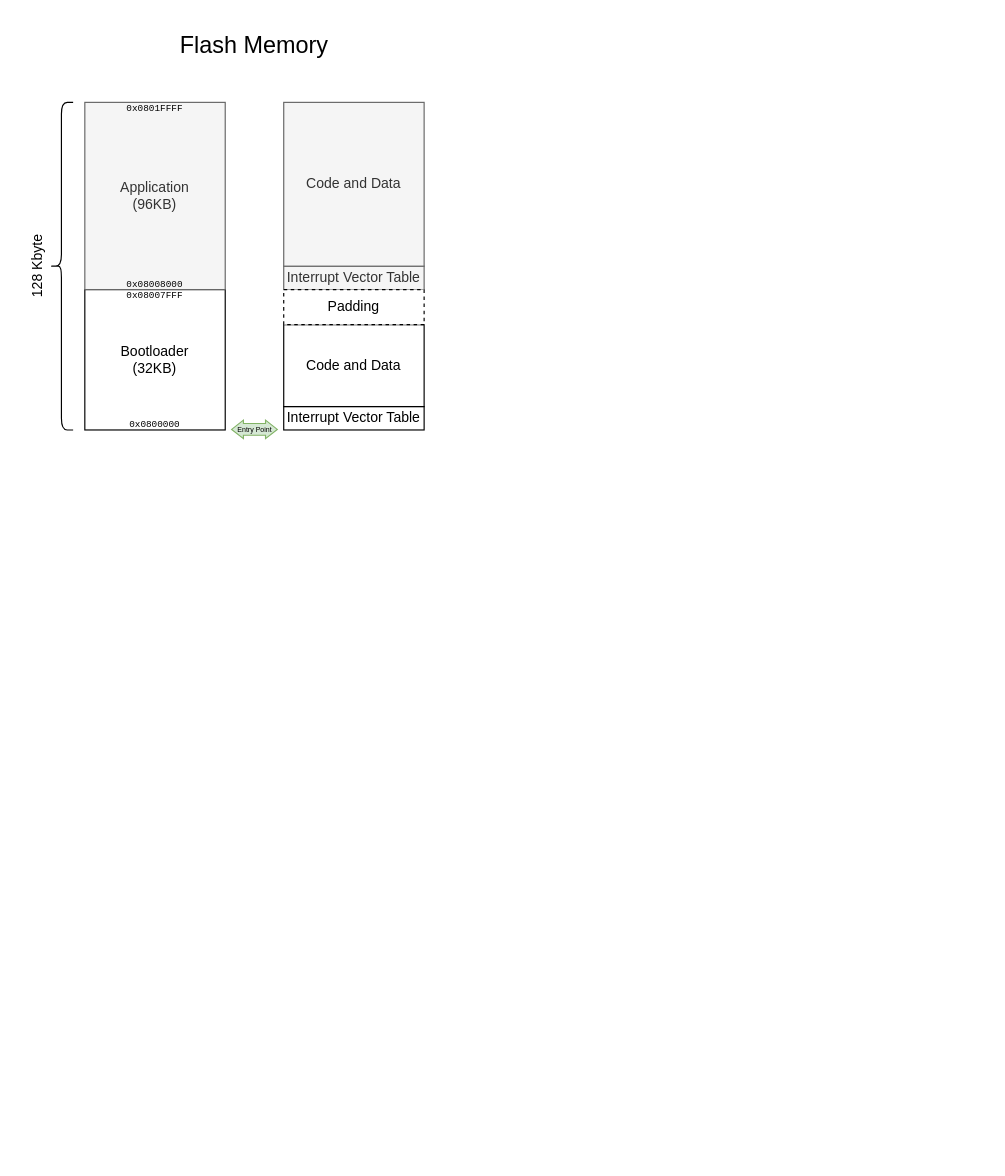
Earlier version of the draw.io diagram bootloader/bootloader mechanics.drawio (pipipipi2002/pmb_stm32). Source tidied: cells renumbered, new cells numbered last; positions are measured from the earlier drawing's top-left corner, leaving out a move shared by most shapes. Both pictures are drawn from the tidied source at 117%, with x=0, y=0 at pixel (2, 20). Pictures stored in the file or linked from it are replaced by grey dashed boxes.
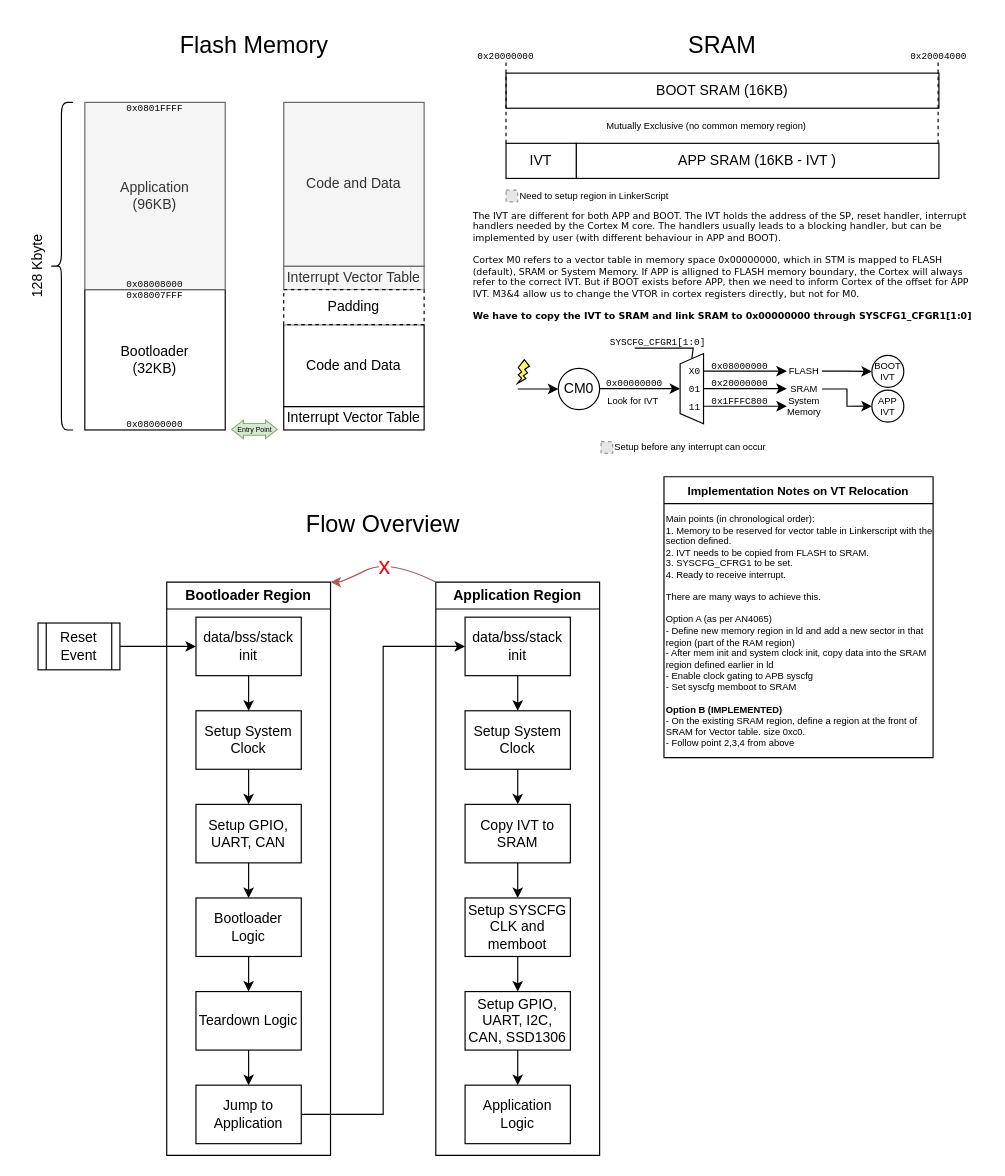
After the change.

Commit message (it also covers changes not shown here):
fixed jump to main app

What changed in the source:
```diff
@@
-    <mxCell id="5" value="0x0800000" style="text;html=1;strokeColor=none;fillColor=none;align=center;verticalAlign=middle;whiteSpace=wrap;rounded=0;fontFamily=Courier New;fontSize=8;" parent="1" vertex="1">
+    <mxCell id="5" value="0x08000000" style="text;html=1;strokeColor=none;fillColor=none;align=center;verticalAlign=middle;whiteSpace=wrap;rounded=0;fontFamily=Courier New;fontSize=8;" parent="1" vertex="1">
       <mxGeometry x="100" y="330" width="60" height="30" as="geometry" />
     </mxCell>
@@
+    <mxCell id="18" value="&lt;font style=&quot;font-size: 8px;&quot;&gt;&lt;font style=&quot;font-size: 8px;&quot;&gt;The IVT are different for both APP and BOOT. The IVT holds the address of the SP, reset handler, interrupt handlers needed by the Cortex M core. The handlers usually leads to a blocking handler, but can be implemented by user (with different behaviour in APP and BOOT).&amp;nbsp;&lt;/font&gt;&lt;br style=&quot;font-size: 8px;&quot;&gt;&lt;br style=&quot;font-size: 8px;&quot;&gt;Cortex M0 refers to a vector table in memory space 0x00000000, which in STM is mapped to FLASH (default), SRAM or System Memory. If APP is alligned to FLASH memory boundary, the Cortex will always refer to the correct IVT. But if BOOT exists before APP, then we need to inform Cortex of the offset for APP IVT. M3&amp;amp;4 allow us to change the VTOR in cortex registers directly, but not for M0.&lt;br style=&quot;font-size: 8px;&quot;&gt;&lt;br style=&quot;font-size: 8px;&quot;&gt;&lt;b style=&quot;font-size: 8px;&quot;&gt;We have to copy the IVT to SRAM and link SRAM to 0x00000000 through SYSCFG1_CFGR1[1:0]&lt;/b&gt;&lt;/font&gt;" style="text;html=1;strokeColor=none;fillColor=none;align=left;verticalAlign=middle;whiteSpace=wrap;rounded=0;fontFamily=Verdana;fontSize=8;" parent="1" vertex="1">
+      <mxGeometry x="400" y="160" width="440" height="100" as="geometry" />
+    </mxCell>
+    <mxCell id="19" value="BOOT SRAM (16KB)" style="rounded=0;whiteSpace=wrap;html=1;" parent="1" vertex="1">
+      <mxGeometry x="430" y="45" width="370" height="30" as="geometry" />
+    </mxCell>
+    <mxCell id="20" value="APP SRAM (16KB - IVT )" style="rounded=0;whiteSpace=wrap;html=1;" parent="1" vertex="1">
+      <mxGeometry x="490" y="105" width="310" height="30" as="geometry" />
+    </mxCell>
+    <mxCell id="21" value="IVT" style="rounded=0;whiteSpace=wrap;html=1;" parent="1" vertex="1">
+      <mxGeometry x="430" y="105" width="60" height="30" as="geometry" />
+    </mxCell>
+    <mxCell id="22" value="Mutually Exclusive (no common memory region)" style="text;html=1;strokeColor=none;fillColor=none;align=center;verticalAlign=middle;whiteSpace=wrap;rounded=0;fontSize=8;" parent="1" vertex="1">
+      <mxGeometry x="470" y="75" width="262.5" height="30" as="geometry" />
+    </mxCell>
+    <mxCell id="23" style="fillColor=#E6E6E6;strokeColor=#999999;dashed=1;html=1;verticalAlign=top;verticalLabelPosition=bottom;labelBackgroundColor=#ffffff;" parent="1" vertex="1">
+      <mxGeometry x="430" y="145" width="10" height="10" as="geometry" />
+    </mxCell>
+    <mxCell id="24" value="Need to setup region in LinkerScript" style="text;html=1;strokeColor=none;fillColor=none;align=left;verticalAlign=middle;whiteSpace=wrap;rounded=0;fontSize=8;" parent="1" vertex="1">
+      <mxGeometry x="440" y="145" width="170" height="10" as="geometry" />
+    </mxCell>
+    <mxCell id="25" value="SRAM" style="text;html=1;strokeColor=none;fillColor=none;align=center;verticalAlign=middle;whiteSpace=wrap;rounded=0;fontSize=20;" parent="1" vertex="1">
+      <mxGeometry x="540" width="150" height="40" as="geometry" />
+    </mxCell>
+    <mxCell id="26" value="Flow Overview" style="text;html=1;strokeColor=none;fillColor=none;align=center;verticalAlign=middle;whiteSpace=wrap;rounded=0;fontSize=20;" parent="1" vertex="1">
+      <mxGeometry x="250" y="410" width="150" height="40" as="geometry" />
+    </mxCell>
+    <mxCell id="27" style="endArrow=none;dashed=1;html=1;rounded=0;exitX=0;exitY=0;exitDx=0;exitDy=0;" parent="1" edge="1" source="21">
+      <mxGeometry relative="1" as="geometry">
+        <mxPoint x="430" y="35" as="targetPoint" />
+      </mxGeometry>
+    </mxCell>
+    <mxCell id="28" style="endArrow=none;dashed=1;html=1;rounded=0;exitX=0;exitY=0;exitDx=0;exitDy=0;" parent="1" edge="1">
+      <mxGeometry relative="1" as="geometry">
+        <mxPoint x="799.3" y="105" as="sourcePoint" />
+        <mxPoint x="799.3" y="35" as="targetPoint" />
+      </mxGeometry>
+    </mxCell>
+    <mxCell id="29" value="0x20000000" style="text;html=1;strokeColor=none;fillColor=none;align=center;verticalAlign=middle;whiteSpace=wrap;rounded=0;fontFamily=Courier New;fontSize=8;" parent="1" vertex="1">
+      <mxGeometry x="400" y="15" width="60" height="30" as="geometry" />
+    </mxCell>
+    <mxCell id="30" value="0x20004000" style="text;html=1;strokeColor=none;fillColor=none;align=center;verticalAlign=middle;whiteSpace=wrap;rounded=0;fontFamily=Courier New;fontSize=8;" parent="1" vertex="1">
+      <mxGeometry x="770" y="15" width="60" height="30" as="geometry" />
+    </mxCell>
+    <mxCell id="31" style="shape=trapezoid;perimeter=trapezoidPerimeter;whiteSpace=wrap;html=1;fixedSize=1;rotation=90;direction=west;size=8.75;" parent="1" vertex="1">
+      <mxGeometry x="558.8" y="304.7" width="60" height="20" as="geometry" />
+    </mxCell>
+    <mxCell id="32" style="endArrow=none;html=1;rounded=0;entryX=0.25;entryY=1;entryDx=0;entryDy=0;startArrow=classic;startFill=1;endFill=0;" parent="1" edge="1" target="31">
+      <mxGeometry relative="1" as="geometry">
+        <mxPoint x="670" y="329.7" as="sourcePoint" />
+      </mxGeometry>
+    </mxCell>
+    <mxCell id="33" style="endArrow=none;html=1;rounded=0;entryX=0.5;entryY=1;entryDx=0;entryDy=0;startArrow=classic;startFill=1;endFill=0;" parent="1" edge="1" target="31">
+      <mxGeometry relative="1" as="geometry">
+        <mxPoint x="670" y="314.7" as="sourcePoint" />
+      </mxGeometry>
+    </mxCell>
+    <mxCell id="34" style="endArrow=none;html=1;rounded=0;entryX=0.75;entryY=1;entryDx=0;entryDy=0;startArrow=classic;startFill=1;endFill=0;" parent="1" edge="1" target="31">
+      <mxGeometry relative="1" as="geometry">
+        <mxPoint x="670" y="299.7" as="sourcePoint" />
+      </mxGeometry>
+    </mxCell>
+    <mxCell id="35" style="endArrow=none;html=1;rounded=0;startArrow=classic;startFill=1;endFill=0;exitX=0.5;exitY=0;exitDx=0;exitDy=0;" parent="1" edge="1" source="31">
+      <mxGeometry relative="1" as="geometry">
+        <mxPoint x="510" y="314.7" as="targetPoint" />
+      </mxGeometry>
+    </mxCell>
+    <mxCell id="36" value="0x00000000" style="text;html=1;strokeColor=none;fillColor=none;align=center;verticalAlign=middle;whiteSpace=wrap;rounded=0;fontFamily=Courier New;fontSize=8;" parent="1" vertex="1">
+      <mxGeometry x="510" y="304.7" width="60" height="10" as="geometry" />
+    </mxCell>
+    <mxCell id="37" value="0x08000000" style="text;html=1;strokeColor=none;fillColor=none;align=center;verticalAlign=middle;whiteSpace=wrap;rounded=0;fontFamily=Courier New;fontSize=8;" parent="1" vertex="1">
+      <mxGeometry x="600" y="290" width="60" height="10" as="geometry" />
+    </mxCell>
+    <mxCell id="38" value="0x20000000" style="text;html=1;strokeColor=none;fillColor=none;align=center;verticalAlign=middle;whiteSpace=wrap;rounded=0;fontFamily=Courier New;fontSize=8;" parent="1" vertex="1">
+      <mxGeometry x="600" y="304.7" width="60" height="10" as="geometry" />
+    </mxCell>
+    <mxCell id="39" value="0x1FFFC800" style="text;html=1;strokeColor=none;fillColor=none;align=center;verticalAlign=middle;whiteSpace=wrap;rounded=0;fontFamily=Courier New;fontSize=8;" parent="1" vertex="1">
+      <mxGeometry x="600" y="320" width="60" height="10" as="geometry" />
+    </mxCell>
+    <mxCell id="40" style="edgeStyle=orthogonalEdgeStyle;rounded=0;jettySize=auto;html=1;entryX=0;entryY=0.5;entryDx=0;entryDy=0;" parent="1" edge="1" source="41" target="54">
+      <mxGeometry relative="1" as="geometry" />
+    </mxCell>
+    <mxCell id="41" value="FLASH" style="text;html=1;strokeColor=none;fillColor=none;align=center;verticalAlign=middle;whiteSpace=wrap;rounded=0;fontSize=8;" parent="1" vertex="1">
+      <mxGeometry x="670" y="294.7" width="30" height="10" as="geometry" />
+    </mxCell>
+    <mxCell id="42" style="edgeStyle=orthogonalEdgeStyle;rounded=0;jettySize=auto;html=1;entryX=0;entryY=0.5;entryDx=0;entryDy=0;" parent="1" edge="1" source="43" target="55">
+      <mxGeometry relative="1" as="geometry" />
+    </mxCell>
+    <mxCell id="43" value="SRAM" style="text;html=1;strokeColor=none;fillColor=none;align=center;verticalAlign=middle;whiteSpace=wrap;rounded=0;fontSize=8;" parent="1" vertex="1">
+      <mxGeometry x="670" y="310" width="30" height="10" as="geometry" />
+    </mxCell>
+    <mxCell id="44" value="System Memory" style="text;html=1;strokeColor=none;fillColor=none;align=center;verticalAlign=middle;whiteSpace=wrap;rounded=0;fontSize=8;" parent="1" vertex="1">
+      <mxGeometry x="670" y="324.7" width="30" height="10" as="geometry" />
+    </mxCell>
+    <mxCell id="45" style="endArrow=none;html=1;rounded=0;entryX=1;entryY=0.5;entryDx=0;entryDy=0;" parent="1" edge="1" target="31">
+      <mxGeometry relative="1" as="geometry">
+        <mxPoint x="540" y="280" as="sourcePoint" />
+        <Array as="points">
+          <mxPoint x="590" y="280" />
+        </Array>
+      </mxGeometry>
+    </mxCell>
+    <mxCell id="46" value="SYSCFG_CFGR1[1:0]" style="text;html=1;strokeColor=none;fillColor=none;align=center;verticalAlign=middle;whiteSpace=wrap;rounded=0;fontFamily=Courier New;fontSize=8;" parent="1" vertex="1">
+      <mxGeometry x="530" y="270" width="60" height="10" as="geometry" />
+    </mxCell>
+    <mxCell id="47" value="X0" style="text;html=1;strokeColor=none;fillColor=none;align=center;verticalAlign=middle;whiteSpace=wrap;rounded=0;fontFamily=Courier New;fontSize=8;" parent="1" vertex="1">
+      <mxGeometry x="583.1" y="294.7" width="16.9" height="10" as="geometry" />
+    </mxCell>
+    <mxCell id="48" value="01" style="text;html=1;strokeColor=none;fillColor=none;align=center;verticalAlign=middle;whiteSpace=wrap;rounded=0;fontFamily=Courier New;fontSize=8;" parent="1" vertex="1">
+      <mxGeometry x="583.1" y="309.7" width="16.9" height="10" as="geometry" />
+    </mxCell>
+    <mxCell id="49" value="11" style="text;html=1;strokeColor=none;fillColor=none;align=center;verticalAlign=middle;whiteSpace=wrap;rounded=0;fontFamily=Courier New;fontSize=8;" parent="1" vertex="1">
+      <mxGeometry x="583.1" y="324.7" width="16.9" height="10" as="geometry" />
+    </mxCell>
+    <mxCell id="50" value="CM0" style="ellipse;whiteSpace=wrap;html=1;" parent="1" vertex="1">
+      <mxGeometry x="474.7" y="297.3" width="35.3" height="35.3" as="geometry" />
+    </mxCell>
+    <mxCell id="51" style="endArrow=classic;html=1;rounded=0;entryX=0;entryY=0.5;entryDx=0;entryDy=0;" parent="1" edge="1" target="50">
+      <mxGeometry relative="1" as="geometry">
+        <mxPoint x="440" y="315" as="sourcePoint" />
+      </mxGeometry>
+    </mxCell>
+    <mxCell id="52" style="verticalLabelPosition=bottom;verticalAlign=top;html=1;shape=mxgraph.basic.flash;fillColor=#FFFF66;" parent="1" vertex="1">
+      <mxGeometry x="440" y="290" width="10" height="20" as="geometry" />
+    </mxCell>
+    <mxCell id="53" value="Look for IVT" style="text;html=1;strokeColor=none;fillColor=none;align=left;verticalAlign=middle;whiteSpace=wrap;rounded=0;fontSize=8;" parent="1" vertex="1">
+      <mxGeometry x="515" y="319.7" width="50" height="10" as="geometry" />
+    </mxCell>
+    <mxCell id="54" value="BOOT&lt;br style=&quot;font-size: 8px;&quot;&gt;IVT" style="ellipse;whiteSpace=wrap;html=1;fontSize=8;" parent="1" vertex="1">
+      <mxGeometry x="742.7" y="286.3" width="27.3" height="27.3" as="geometry" />
+    </mxCell>
+    <mxCell id="55" value="APP&lt;br style=&quot;font-size: 8px;&quot;&gt;IVT" style="ellipse;whiteSpace=wrap;html=1;fontSize=8;" parent="1" vertex="1">
+      <mxGeometry x="742.7" y="316" width="27.3" height="27.3" as="geometry" />
+    </mxCell>
+    <mxCell id="56" style="fillColor=#E6E6E6;strokeColor=#999999;dashed=1;html=1;verticalAlign=top;verticalLabelPosition=bottom;labelBackgroundColor=#ffffff;" parent="1" vertex="1">
+      <mxGeometry x="511.2" y="360" width="10" height="10" as="geometry" />
+    </mxCell>
+    <mxCell id="57" value="Setup before any interrupt can occur" style="text;html=1;strokeColor=none;fillColor=none;align=left;verticalAlign=middle;whiteSpace=wrap;rounded=0;fontSize=8;" parent="1" vertex="1">
+      <mxGeometry x="521.2" y="360" width="198.8" height="10" as="geometry" />
+    </mxCell>
+    <mxCell id="58" style="edgeStyle=orthogonalEdgeStyle;rounded=0;jettySize=auto;html=1;entryX=0;entryY=0.5;entryDx=0;entryDy=0;exitX=1;exitY=0.5;exitDx=0;exitDy=0;" parent="1" edge="1" source="59" target="71">
+      <mxGeometry relative="1" as="geometry">
+        <Array as="points">
+          <mxPoint x="100" y="535" />
+        </Array>
+      </mxGeometry>
+    </mxCell>
+    <mxCell id="59" value="Reset Event" style="shape=process;whiteSpace=wrap;html=1;backgroundOutline=1;" parent="1" vertex="1">
+      <mxGeometry x="30" y="515" width="70" height="40" as="geometry" />
+    </mxCell>
+    <mxCell id="60" value="Bootloader Region" style="swimlane;whiteSpace=wrap;html=1;" parent="1" vertex="1">
+      <mxGeometry x="140" y="480" width="140" height="490" as="geometry" />
+    </mxCell>
+    <mxCell id="61" style="edgeStyle=orthogonalEdgeStyle;rounded=0;jettySize=auto;html=1;entryX=0.5;entryY=0;entryDx=0;entryDy=0;" parent="60" edge="1" source="62" target="64">
+      <mxGeometry relative="1" as="geometry" />
+    </mxCell>
+    <mxCell id="62" value="Setup System Clock" style="rounded=0;whiteSpace=wrap;html=1;" parent="60" vertex="1">
+      <mxGeometry x="25" y="110" width="90" height="50" as="geometry" />
+    </mxCell>
+    <mxCell id="63" style="edgeStyle=orthogonalEdgeStyle;rounded=0;jettySize=auto;html=1;entryX=0.5;entryY=0;entryDx=0;entryDy=0;" parent="60" edge="1" source="64" target="66">
+      <mxGeometry relative="1" as="geometry" />
+    </mxCell>
+    <mxCell id="64" value="Setup GPIO, UART, CAN" style="rounded=0;whiteSpace=wrap;html=1;" parent="60" vertex="1">
+      <mxGeometry x="25" y="190" width="90" height="50" as="geometry" />
+    </mxCell>
+    <mxCell id="65" style="edgeStyle=orthogonalEdgeStyle;rounded=0;jettySize=auto;html=1;entryX=0.5;entryY=0;entryDx=0;entryDy=0;" parent="60" edge="1" source="66" target="68">
+      <mxGeometry relative="1" as="geometry" />
+    </mxCell>
+    <mxCell id="66" value="Bootloader Logic" style="rounded=0;whiteSpace=wrap;html=1;" parent="60" vertex="1">
+      <mxGeometry x="25" y="270" width="90" height="50" as="geometry" />
+    </mxCell>
+    <mxCell id="67" style="edgeStyle=orthogonalEdgeStyle;rounded=0;jettySize=auto;html=1;" parent="60" edge="1" source="68" target="69">
+      <mxGeometry relative="1" as="geometry" />
+    </mxCell>
+    <mxCell id="68" value="Teardown Logic" style="rounded=0;whiteSpace=wrap;html=1;" parent="60" vertex="1">
+      <mxGeometry x="25" y="350" width="90" height="50" as="geometry" />
+    </mxCell>
+    <mxCell id="69" value="Jump to Application" style="rounded=0;whiteSpace=wrap;html=1;" parent="60" vertex="1">
+      <mxGeometry x="25" y="430" width="90" height="50" as="geometry" />
+    </mxCell>
+    <mxCell id="70" style="edgeStyle=orthogonalEdgeStyle;rounded=0;jettySize=auto;html=1;entryX=0.5;entryY=0;entryDx=0;entryDy=0;" parent="60" edge="1" source="71" target="62">
+      <mxGeometry relative="1" as="geometry" />
+    </mxCell>
+    <mxCell id="71" value="data/bss/stack init" style="rounded=0;whiteSpace=wrap;html=1;" parent="60" vertex="1">
+      <mxGeometry x="25" y="30" width="90" height="50" as="geometry" />
+    </mxCell>
+    <mxCell id="72" value="Application Region" style="swimlane;whiteSpace=wrap;html=1;" parent="1" vertex="1">
+      <mxGeometry x="370" y="480" width="140" height="490" as="geometry" />
+    </mxCell>
+    <mxCell id="73" style="edgeStyle=orthogonalEdgeStyle;rounded=0;jettySize=auto;html=1;entryX=0.5;entryY=0;entryDx=0;entryDy=0;" parent="72" edge="1" source="74" target="81">
+      <mxGeometry relative="1" as="geometry" />
+    </mxCell>
+    <mxCell id="74" value="Setup System Clock" style="rounded=0;whiteSpace=wrap;html=1;" parent="72" vertex="1">
+      <mxGeometry x="25" y="110" width="90" height="50" as="geometry" />
+    </mxCell>
+    <mxCell id="75" style="edgeStyle=orthogonalEdgeStyle;rounded=0;jettySize=auto;html=1;entryX=0.5;entryY=0;entryDx=0;entryDy=0;" parent="72" edge="1" source="76" target="77">
+      <mxGeometry relative="1" as="geometry" />
+    </mxCell>
+    <mxCell id="76" value="Setup GPIO, UART, I2C, CAN, SSD1306" style="rounded=0;whiteSpace=wrap;html=1;" parent="72" vertex="1">
+      <mxGeometry x="25" y="350" width="90" height="50" as="geometry" />
+    </mxCell>
+    <mxCell id="77" value="Application Logic" style="rounded=0;whiteSpace=wrap;html=1;" parent="72" vertex="1">
+      <mxGeometry x="25" y="430" width="90" height="50" as="geometry" />
+    </mxCell>
+    <mxCell id="78" style="edgeStyle=orthogonalEdgeStyle;rounded=0;jettySize=auto;html=1;entryX=0.5;entryY=0;entryDx=0;entryDy=0;" parent="72" edge="1" source="79" target="76">
+      <mxGeometry relative="1" as="geometry" />
+    </mxCell>
+    <mxCell id="79" value="Setup SYSCFG CLK and memboot" style="rounded=0;whiteSpace=wrap;html=1;" parent="72" vertex="1">
+      <mxGeometry x="25" y="270" width="90" height="50" as="geometry" />
+    </mxCell>
+    <mxCell id="80" style="edgeStyle=orthogonalEdgeStyle;rounded=0;jettySize=auto;html=1;" parent="72" edge="1" source="81" target="79">
+      <mxGeometry relative="1" as="geometry" />
+    </mxCell>
+    <mxCell id="81" value="Copy IVT to SRAM" style="rounded=0;whiteSpace=wrap;html=1;" parent="72" vertex="1">
+      <mxGeometry x="25" y="190" width="90" height="50" as="geometry" />
+    </mxCell>
+    <mxCell id="82" style="edgeStyle=orthogonalEdgeStyle;rounded=0;jettySize=auto;html=1;entryX=0.5;entryY=0;entryDx=0;entryDy=0;" parent="72" edge="1" source="83" target="74">
+      <mxGeometry relative="1" as="geometry" />
+    </mxCell>
+    <mxCell id="83" value="data/bss/stack init" style="rounded=0;whiteSpace=wrap;html=1;" parent="72" vertex="1">
+      <mxGeometry x="25" y="30" width="90" height="50" as="geometry" />
+    </mxCell>
+    <mxCell id="84" style="edgeStyle=orthogonalEdgeStyle;rounded=0;jettySize=auto;html=1;entryX=0;entryY=0.5;entryDx=0;entryDy=0;" parent="1" edge="1" source="69" target="83">
+      <mxGeometry relative="1" as="geometry" />
+    </mxCell>
+    <mxCell id="85" style="curved=1;endArrow=classic;html=1;rounded=0;entryX=1;entryY=0;entryDx=0;entryDy=0;fillColor=#f8cecc;strokeColor=#b85450;" parent="1" edge="1">
+      <mxGeometry relative="1" as="geometry">
+        <mxPoint x="370" y="480" as="sourcePoint" />
+        <mxPoint x="280" y="480" as="targetPoint" />
+        <Array as="points">
+          <mxPoint x="330" y="460" />
+          <mxPoint x="290" y="480" />
+        </Array>
+      </mxGeometry>
+    </mxCell>
+    <mxCell id="86" value="&lt;font style=&quot;font-size: 20px;&quot;&gt;x&lt;/font&gt;" style="edgeLabel;html=1;align=center;verticalAlign=middle;fontColor=#FF0000;" parent="85" vertex="1">
+      <mxGeometry x="0.03" y="3" relative="1" as="geometry" />
+    </mxCell>
+    <mxCell id="87" value="Implementation Notes on VT Relocation" style="swimlane;whiteSpace=wrap;html=1;fontSize=10;" parent="1" vertex="1">
+      <mxGeometry x="565" y="390" width="230" height="240" as="geometry" />
+    </mxCell>
+    <mxCell id="88" value="Main points (in chronological order):&lt;br&gt;1. Memory to be reserved for vector table in Linkerscript with the section defined.&amp;nbsp;&lt;br&gt;2. IVT needs to be copied from FLASH to SRAM.&lt;br&gt;3. SYSCFG_CFRG1 to be set.&amp;nbsp;&lt;br&gt;4. Ready to receive interrupt.&lt;br&gt;&lt;br&gt;There are many ways to achieve this.&lt;br&gt;&lt;br&gt;Option A (as per AN4065)&lt;br&gt;- Define new memory region in ld and add a new sector in that region (part of the RAM region)&lt;br&gt;- After mem init and system clock init, copy data into the SRAM region defined earlier in ld&lt;br&gt;- Enable clock gating to APB syscfg&lt;br&gt;- Set syscfg memboot to SRAM&lt;br&gt;&lt;br&gt;&lt;b&gt;Option B (IMPLEMENTED)&lt;br&gt;&lt;/b&gt;- On the existing SRAM region, define a region at the front of SRAM for Vector table. size 0xc0.&lt;br&gt;- Follow point 2,3,4 from above" style="text;html=1;strokeColor=none;fillColor=none;align=left;verticalAlign=top;whiteSpace=wrap;rounded=0;fontSize=8;" parent="87" vertex="1">
+      <mxGeometry y="25" width="230" height="215" as="geometry" />
+    </mxCell>
```
